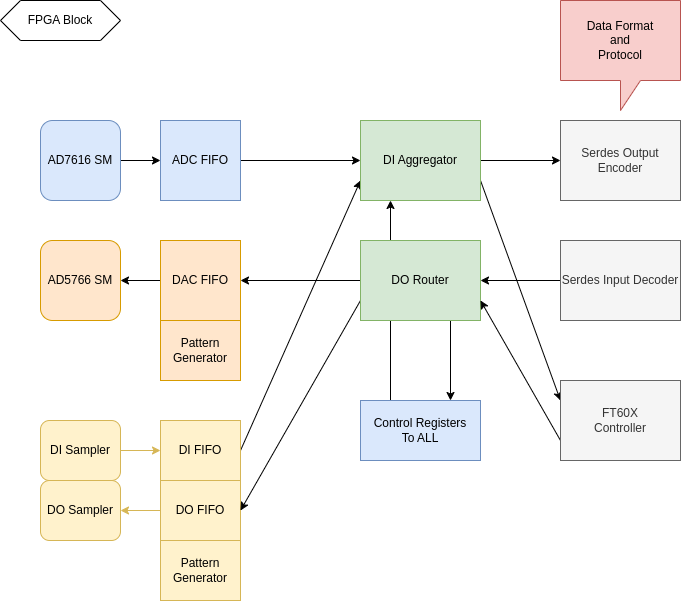
Before: docs/subtitles/Expander2/BlockDiag02.png, a diagram exported from draw.io (tzechienchu/mynotes). Source tidied: cells renumbered, new cells last; positions are measured from the earlier drawing's top-left corner, leaving out a move shared by most shapes.
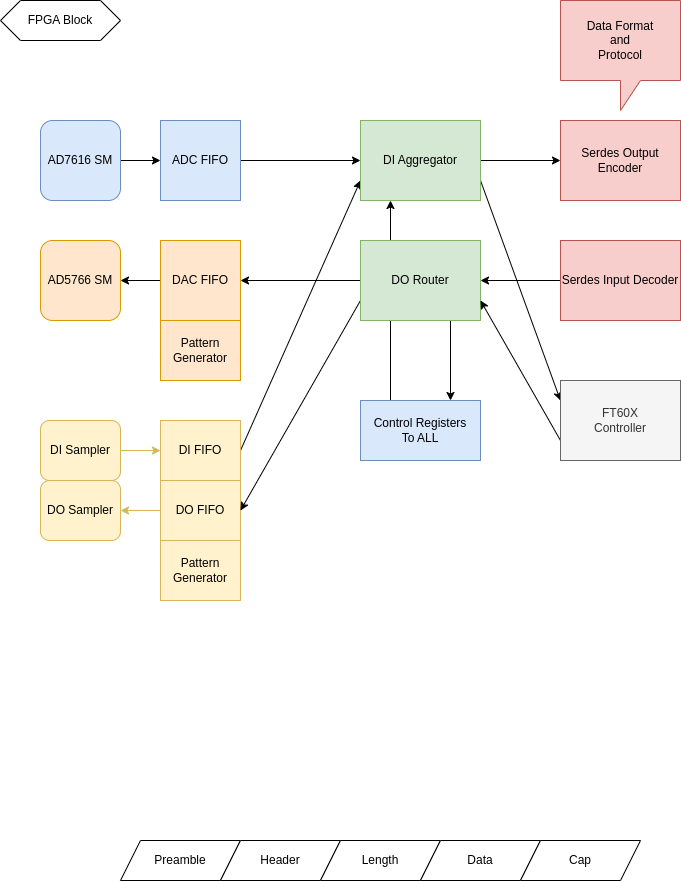
Later version of the same file.

The edit, as a diff of the source:
```diff
@@ -77,13 +77,13 @@
     <mxCell id="26" value="Control Registers&lt;div&gt;To ALL&lt;/div&gt;" style="rounded=0;whiteSpace=wrap;html=1;fillColor=#dae8fc;strokeColor=#6c8ebf;" parent="1" vertex="1">
       <mxGeometry x="360" y="400" width="120" height="60" as="geometry" />
     </mxCell>
-    <mxCell id="27" value="Serdes Output Encoder" style="rounded=0;whiteSpace=wrap;html=1;strokeColor=#666666;fillColor=#f5f5f5;fontColor=#333333;" parent="1" vertex="1">
+    <mxCell id="27" value="Serdes Output Encoder" style="rounded=0;whiteSpace=wrap;html=1;strokeColor=#b85450;fillColor=#f8cecc;" parent="1" vertex="1">
       <mxGeometry x="560" y="120" width="120" height="80" as="geometry" />
     </mxCell>
     <mxCell id="28" style="edgeStyle=none;html=1;exitX=0;exitY=0.5;exitDx=0;exitDy=0;entryX=1;entryY=0.5;entryDx=0;entryDy=0;" parent="1" edge="1" source="29" target="25">
       <mxGeometry relative="1" as="geometry" />
     </mxCell>
-    <mxCell id="29" value="Serdes Input Decoder" style="rounded=0;whiteSpace=wrap;html=1;fillColor=#f5f5f5;fontColor=#333333;strokeColor=#666666;" parent="1" vertex="1">
+    <mxCell id="29" value="Serdes Input Decoder" style="rounded=0;whiteSpace=wrap;html=1;fillColor=#f8cecc;strokeColor=#b85450;" parent="1" vertex="1">
       <mxGeometry x="560" y="240" width="120" height="80" as="geometry" />
     </mxCell>
     <mxCell id="30" style="edgeStyle=none;html=1;exitX=0;exitY=0.75;exitDx=0;exitDy=0;entryX=1;entryY=0.75;entryDx=0;entryDy=0;" parent="1" edge="1" source="31" target="25">
@@ -98,5 +98,20 @@
     <mxCell id="33" value="FPGA Block" style="shape=hexagon;perimeter=hexagonPerimeter2;whiteSpace=wrap;html=1;fixedSize=1;" parent="1" vertex="1">
       <mxGeometry width="120" height="40" as="geometry" />
     </mxCell>
+    <mxCell id="34" value="Preamble" style="shape=parallelogram;perimeter=parallelogramPerimeter;whiteSpace=wrap;html=1;fixedSize=1;" parent="1" vertex="1">
+      <mxGeometry x="120" y="840" width="120" height="40" as="geometry" />
+    </mxCell>
+    <mxCell id="35" value="Header" style="shape=parallelogram;perimeter=parallelogramPerimeter;whiteSpace=wrap;html=1;fixedSize=1;" parent="1" vertex="1">
+      <mxGeometry x="220" y="840" width="120" height="40" as="geometry" />
+    </mxCell>
+    <mxCell id="36" value="Length" style="shape=parallelogram;perimeter=parallelogramPerimeter;whiteSpace=wrap;html=1;fixedSize=1;" parent="1" vertex="1">
+      <mxGeometry x="320" y="840" width="120" height="40" as="geometry" />
+    </mxCell>
+    <mxCell id="37" value="Data" style="shape=parallelogram;perimeter=parallelogramPerimeter;whiteSpace=wrap;html=1;fixedSize=1;" parent="1" vertex="1">
+      <mxGeometry x="420" y="840" width="120" height="40" as="geometry" />
+    </mxCell>
+    <mxCell id="38" value="Cap" style="shape=parallelogram;perimeter=parallelogramPerimeter;whiteSpace=wrap;html=1;fixedSize=1;" parent="1" vertex="1">
+      <mxGeometry x="520" y="840" width="120" height="40" as="geometry" />
+    </mxCell>
   </root>
 </mxGraphModel>
```
